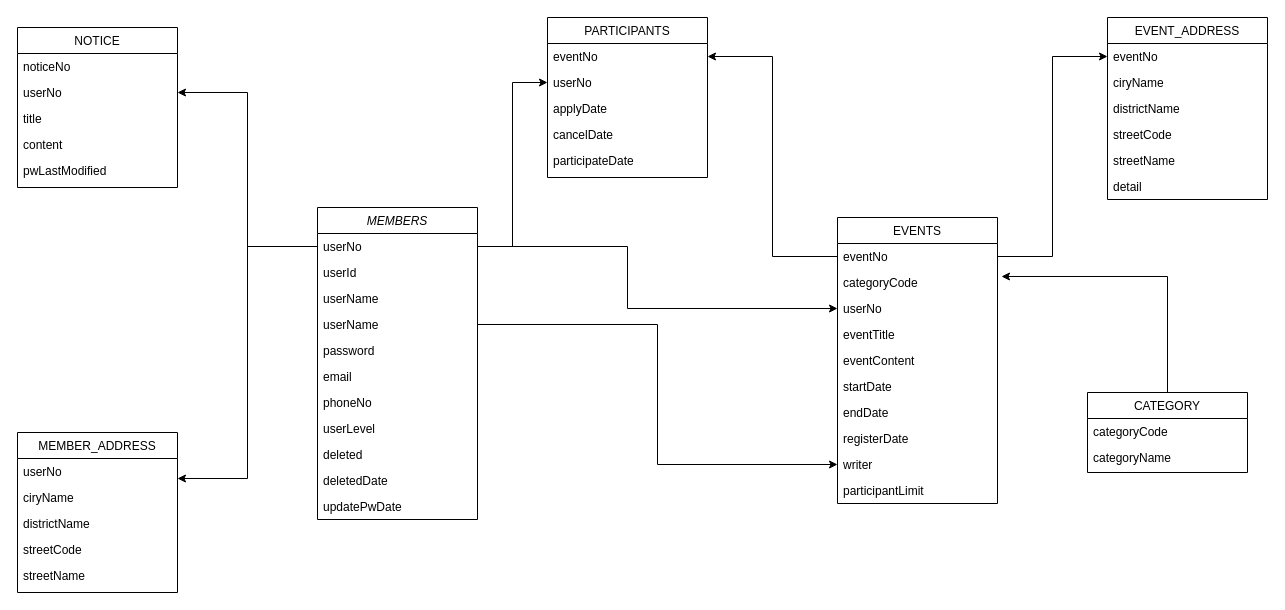
Yo0oN/Yo0oN.github.io keeps this draw.io diagram as images/posts/Untitled Diagram.drawio. Above is the earlier version. Source tidied: cells renumbered, new cells numbered last; positions are measured from the earlier drawing's top-left corner, leaving out a move shared by most shapes. Both pictures are drawn from the tidied source at 100%, with x=0, y=0 at pixel (17, 17).
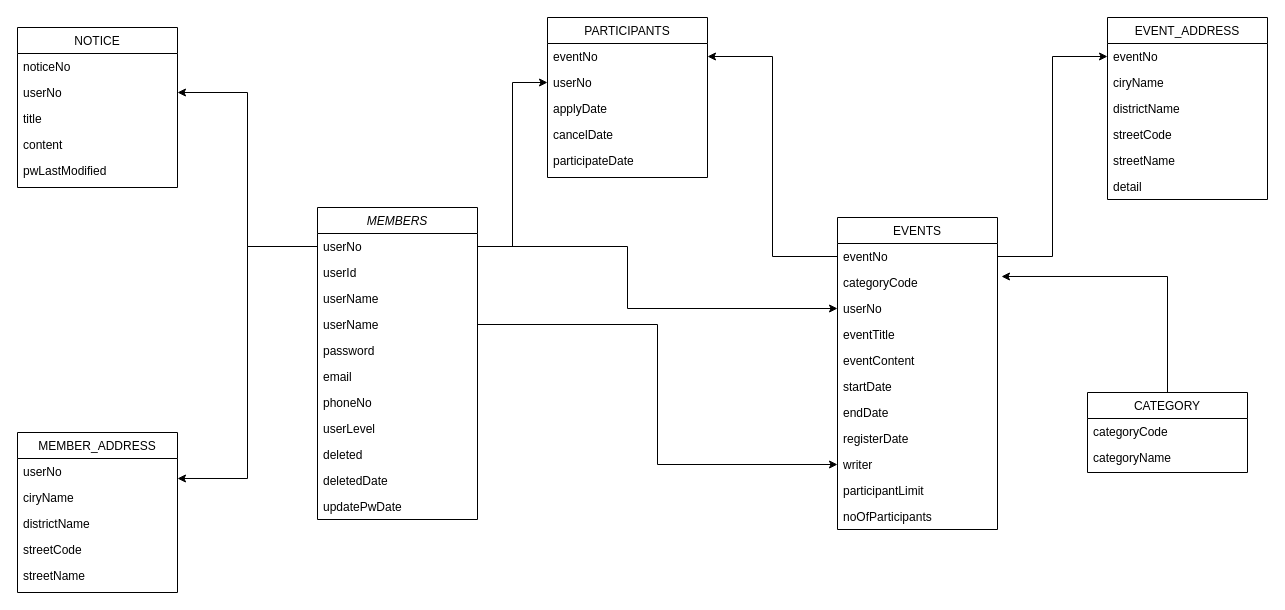
The same diagram, later.

Change to the diagram source:
```diff
@@
     <mxCell id="14" value="EVENTS" style="swimlane;fontStyle=0;align=center;verticalAlign=top;horizontal=1;startSize=26;shadow=0;strokeWidth=1;" parent="1" vertex="1">
-      <mxGeometry x="820" y="200" width="160" height="286" as="geometry" />
+      <mxGeometry x="820" y="200" width="160" height="312" as="geometry" />
     </mxCell>
@@
+    <mxCell id="61" value="noOfParticipants" style="text;align=left;verticalAlign=top;spacingLeft=4;spacingRight=4;overflow=hidden;" parent="14" vertex="1">
+      <mxGeometry y="286" width="160" height="26" as="geometry" />
+    </mxCell>
```
